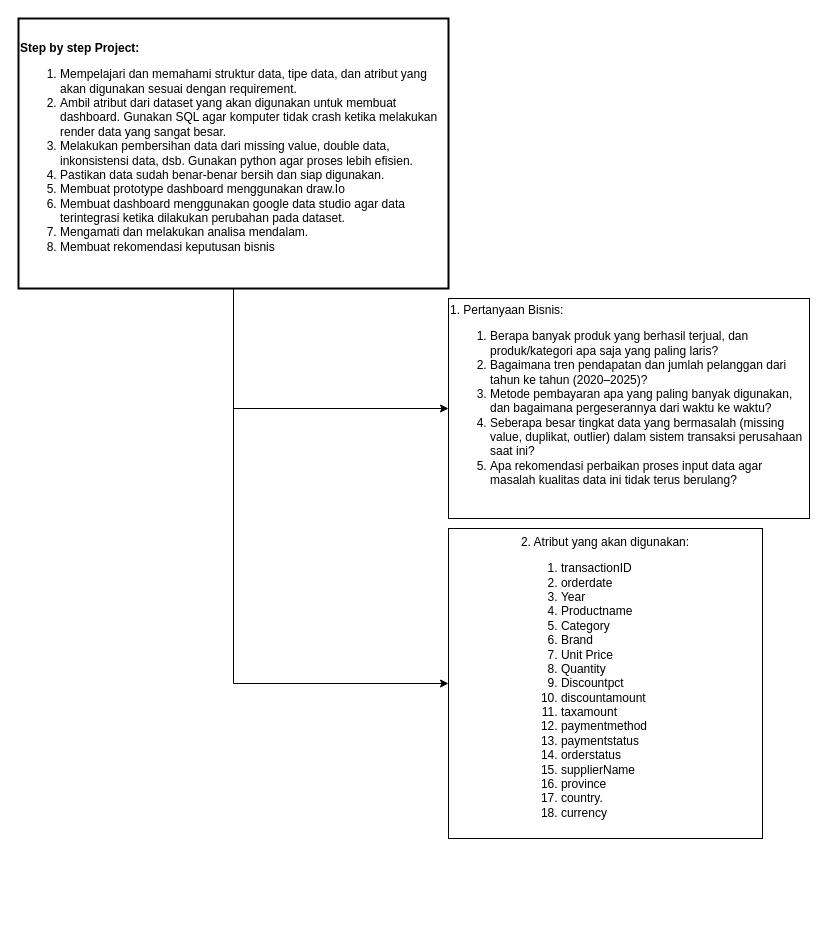
Above: Procedure, Requirement, Prototyping.drawio in mzakiIbrahim21/Project-Independent-S1E3 (draw.io), before the change. Source tidied: cells renumbered, new cells numbered last; positions are measured from the earlier drawing's top-left corner, leaving out a move shared by most shapes. Both pictures are drawn from the tidied source at 100%, with x=0, y=0 at pixel (18, 18).
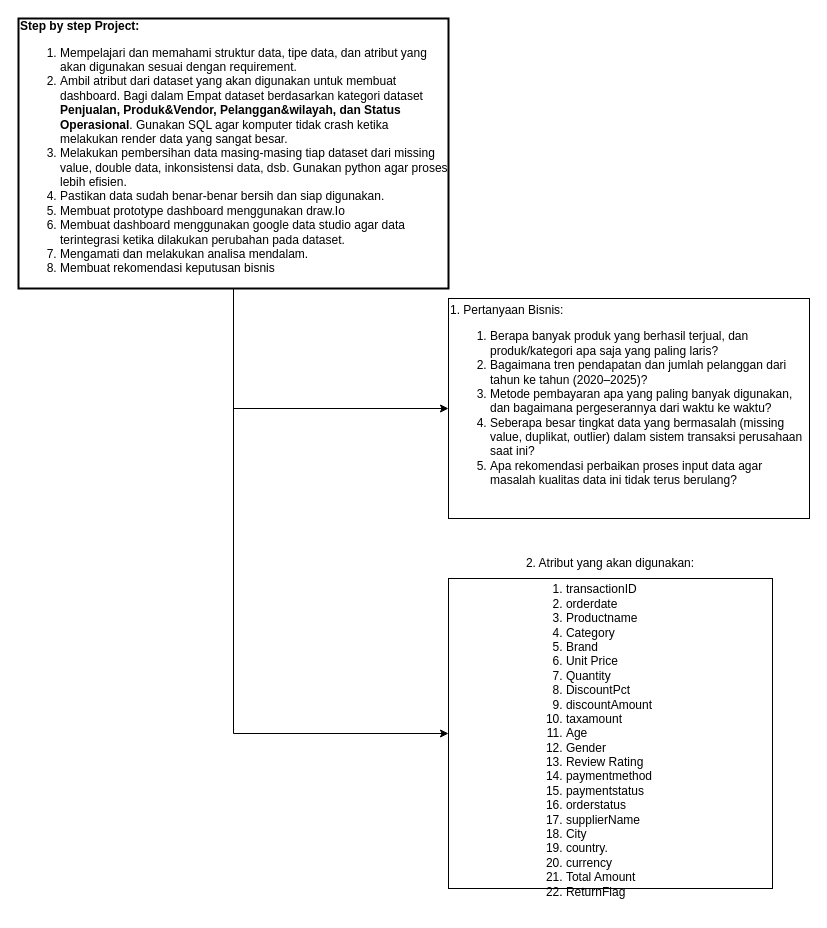
After the change.

Change to the diagram source:
```diff
@@
 <mxGraphModel>
   <root>
     <mxCell id="0" />
     <mxCell id="1" parent="0" />
     <mxCell id="2" style="edgeStyle=orthogonalEdgeStyle;rounded=0;jettySize=auto;html=1;exitX=0.5;exitY=1;exitDx=0;exitDy=0;entryX=0;entryY=0.5;entryDx=0;entryDy=0;" parent="1" edge="1" source="4" target="5">
       <mxGeometry relative="1" as="geometry" />
     </mxCell>
     <mxCell id="3" style="edgeStyle=orthogonalEdgeStyle;rounded=0;jettySize=auto;html=1;exitX=0.5;exitY=1;exitDx=0;exitDy=0;entryX=0;entryY=0.5;entryDx=0;entryDy=0;" parent="1" edge="1" source="4" target="6">
       <mxGeometry relative="1" as="geometry" />
     </mxCell>
-    <mxCell id="4" value="&lt;b&gt;Step by step Project:&lt;/b&gt;&lt;div&gt;&lt;ol&gt;&lt;li&gt;Mempelajari dan memahami struktur data, tipe data, dan atribut yang akan digunakan sesuai dengan requirement.&lt;/li&gt;&lt;li&gt;Ambil atribut dari dataset yang akan digunakan untuk membuat dashboard. Gunakan SQL agar komputer tidak crash ketika melakukan render data yang sangat besar.&lt;/li&gt;&lt;li&gt;Melakukan pembersihan data dari missing value, double data, inkonsistensi data, dsb. Gunakan python agar proses lebih efisien.&lt;/li&gt;&lt;li&gt;Pastikan data sudah benar-benar bersih dan siap digunakan.&lt;/li&gt;&lt;li&gt;Membuat prototype dashboard menggunakan draw.Io&lt;/li&gt;&lt;li&gt;Membuat dashboard menggunakan google data studio agar data terintegrasi ketika dilakukan perubahan pada dataset.&lt;/li&gt;&lt;li&gt;Mengamati dan melakukan analisa mendalam.&lt;/li&gt;&lt;li&gt;Membuat rekomendasi keputusan bisnis&lt;/li&gt;&lt;/ol&gt;&lt;/div&gt;" style="text;html=1;whiteSpace=wrap;align=left;verticalAlign=middle;rounded=0;strokeWidth=2;fillColor=default;strokeColor=default;" parent="1" vertex="1">
+    <mxCell id="4" value="&lt;b&gt;Step by step Project:&lt;/b&gt;&lt;div&gt;&lt;ol&gt;&lt;li&gt;Mempelajari dan memahami struktur data, tipe data, dan atribut yang akan digunakan sesuai dengan requirement.&lt;/li&gt;&lt;li&gt;Ambil atribut dari dataset yang akan digunakan untuk membuat dashboard. Bagi dalam Empat dataset berdasarkan kategori dataset &lt;b&gt;Penjualan, Produk&amp;amp;Vendor, Pelanggan&amp;amp;wilayah, dan Status Operasional&lt;/b&gt;. Gunakan SQL agar komputer tidak crash ketika melakukan render data yang sangat besar.&lt;/li&gt;&lt;li&gt;Melakukan pembersihan data masing-masing tiap dataset dari missing value, double data, inkonsistensi data, dsb. Gunakan python agar proses lebih efisien.&lt;/li&gt;&lt;li&gt;Pastikan data sudah benar-benar bersih dan siap digunakan.&lt;/li&gt;&lt;li&gt;Membuat prototype dashboard menggunakan draw.Io&lt;/li&gt;&lt;li&gt;Membuat dashboard menggunakan google data studio agar data terintegrasi ketika dilakukan perubahan pada dataset.&lt;/li&gt;&lt;li&gt;Mengamati dan melakukan analisa mendalam.&lt;/li&gt;&lt;li&gt;Membuat rekomendasi keputusan bisnis&lt;/li&gt;&lt;/ol&gt;&lt;/div&gt;" style="text;html=1;whiteSpace=wrap;align=left;verticalAlign=middle;rounded=0;strokeWidth=2;fillColor=default;strokeColor=default;" parent="1" vertex="1">
       <mxGeometry width="430" height="270" as="geometry" />
     </mxCell>
     <mxCell id="5" value="1.&amp;nbsp;&lt;span style=&quot;background-color: transparent; color: light-dark(rgb(0, 0, 0), rgb(255, 255, 255));&quot;&gt;Pertanyaan Bisnis:&lt;/span&gt;&lt;div&gt;&lt;ol&gt;&lt;li&gt;&lt;span style=&quot;background-color: transparent; color: light-dark(rgb(0, 0, 0), rgb(255, 255, 255));&quot;&gt;Berapa banyak produk yang berhasil terjual, dan produk/kategori apa saja yang paling laris?&lt;/span&gt;&lt;/li&gt;&lt;li&gt;&lt;span style=&quot;background-color: transparent; color: light-dark(rgb(0, 0, 0), rgb(255, 255, 255));&quot;&gt;Bagaimana tren pendapatan dan jumlah pelanggan dari tahun ke tahun (2020–2025)?&lt;/span&gt;&lt;/li&gt;&lt;li&gt;&lt;span style=&quot;background-color: transparent; color: light-dark(rgb(0, 0, 0), rgb(255, 255, 255));&quot;&gt;Metode pembayaran apa yang paling banyak digunakan, dan bagaimana pergeserannya dari waktu ke waktu?&lt;/span&gt;&lt;/li&gt;&lt;li&gt;&lt;span style=&quot;background-color: transparent; color: light-dark(rgb(0, 0, 0), rgb(255, 255, 255));&quot;&gt;Seberapa besar tingkat data yang bermasalah (missing value, duplikat, outlier) dalam sistem transaksi perusahaan saat ini?&lt;/span&gt;&lt;/li&gt;&lt;li&gt;&lt;span style=&quot;background-color: transparent; color: light-dark(rgb(0, 0, 0), rgb(255, 255, 255));&quot;&gt;Apa rekomendasi perbaikan proses input data agar masalah kualitas data ini tidak terus berulang?&lt;/span&gt;&lt;/li&gt;&lt;/ol&gt;&lt;/div&gt;&lt;div&gt;&lt;br&gt;&lt;/div&gt;" style="text;html=1;whiteSpace=wrap;strokeColor=default;fillColor=default;align=left;verticalAlign=middle;rounded=0;strokeWidth=1;" parent="1" vertex="1">
       <mxGeometry x="430" y="280" width="361" height="220" as="geometry" />
     </mxCell>
-    <mxCell id="6" value="&lt;div style=&quot;text-align: left;&quot;&gt;2. Atribut yang akan digunakan:&lt;/div&gt;&lt;div style=&quot;text-align: left;&quot;&gt;&lt;ol&gt;&lt;li&gt;transactionID&lt;/li&gt;&lt;li&gt;orderdate&lt;/li&gt;&lt;li&gt;Year&lt;/li&gt;&lt;li&gt;Productname&lt;/li&gt;&lt;li&gt;Category&lt;/li&gt;&lt;li&gt;Brand&lt;/li&gt;&lt;li&gt;Unit Price&lt;/li&gt;&lt;li&gt;Quantity&lt;/li&gt;&lt;li&gt;Discountpct&lt;/li&gt;&lt;li&gt;discountamount&lt;/li&gt;&lt;li&gt;taxamount&lt;/li&gt;&lt;li&gt;paymentmethod&lt;/li&gt;&lt;li&gt;paymentstatus&lt;/li&gt;&lt;li&gt;orderstatus&lt;/li&gt;&lt;li&gt;supplierName&lt;/li&gt;&lt;li&gt;province&lt;/li&gt;&lt;li&gt;country.&lt;/li&gt;&lt;li&gt;currency&lt;/li&gt;&lt;/ol&gt;&lt;/div&gt;" style="text;html=1;whiteSpace=wrap;strokeColor=default;fillColor=default;align=center;verticalAlign=middle;rounded=0;" parent="1" vertex="1">
-      <mxGeometry x="430" y="510" width="314" height="310" as="geometry" />
+    <mxCell id="6" value="&lt;div style=&quot;text-align: left;&quot;&gt;2. Atribut yang akan digunakan:&lt;/div&gt;&lt;div style=&quot;text-align: left;&quot;&gt;&lt;ol&gt;&lt;li&gt;transactionID&lt;/li&gt;&lt;li&gt;orderdate&lt;/li&gt;&lt;li&gt;Productname&lt;/li&gt;&lt;li&gt;Category&lt;/li&gt;&lt;li&gt;Brand&lt;/li&gt;&lt;li&gt;Unit Price&lt;/li&gt;&lt;li&gt;Quantity&lt;/li&gt;&lt;li&gt;DiscountPct&lt;/li&gt;&lt;li&gt;discountAmount&lt;/li&gt;&lt;li&gt;taxamount&lt;/li&gt;&lt;li&gt;Age&lt;/li&gt;&lt;li&gt;Gender&lt;/li&gt;&lt;li&gt;Review Rating&lt;/li&gt;&lt;li&gt;paymentmethod&lt;/li&gt;&lt;li&gt;paymentstatus&lt;/li&gt;&lt;li&gt;orderstatus&lt;/li&gt;&lt;li&gt;supplierName&lt;/li&gt;&lt;li&gt;City&lt;/li&gt;&lt;li&gt;country.&lt;/li&gt;&lt;li&gt;currency&lt;/li&gt;&lt;li&gt;Total Amount&lt;/li&gt;&lt;li&gt;ReturnFlag&lt;/li&gt;&lt;/ol&gt;&lt;/div&gt;" style="text;html=1;whiteSpace=wrap;strokeColor=default;fillColor=default;align=center;verticalAlign=middle;rounded=0;" parent="1" vertex="1">
+      <mxGeometry x="430" y="560" width="324" height="310" as="geometry" />
     </mxCell>
   </root>
 </mxGraphModel>
```
